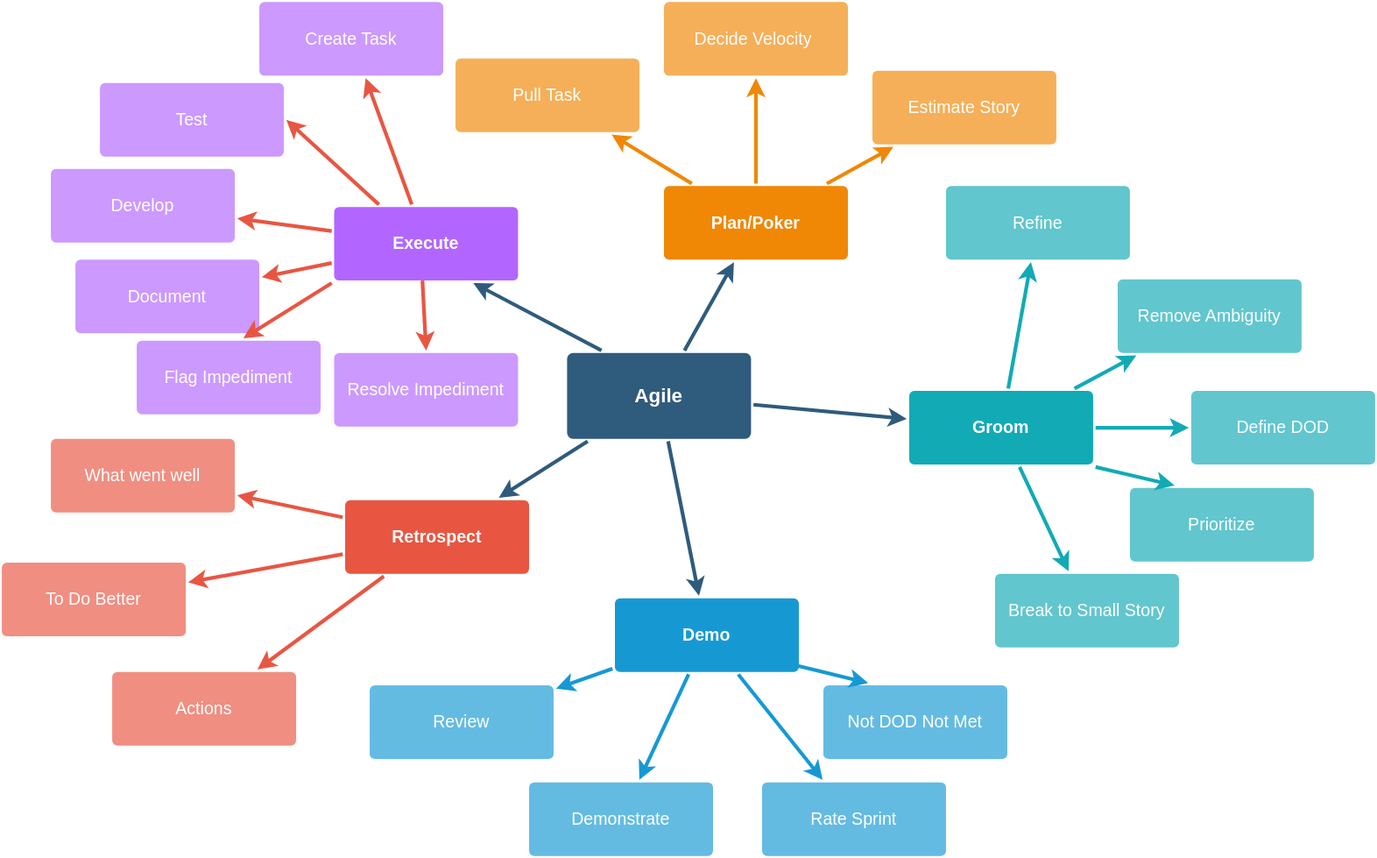
Above: lmnas-process/agile.drawio.svg in lmnaslimited/iyakkam (draw.io), before the change. Source tidied: cells renumbered, new cells last; positions are measured from the earlier drawing's top-left corner, leaving out a move shared by most shapes.
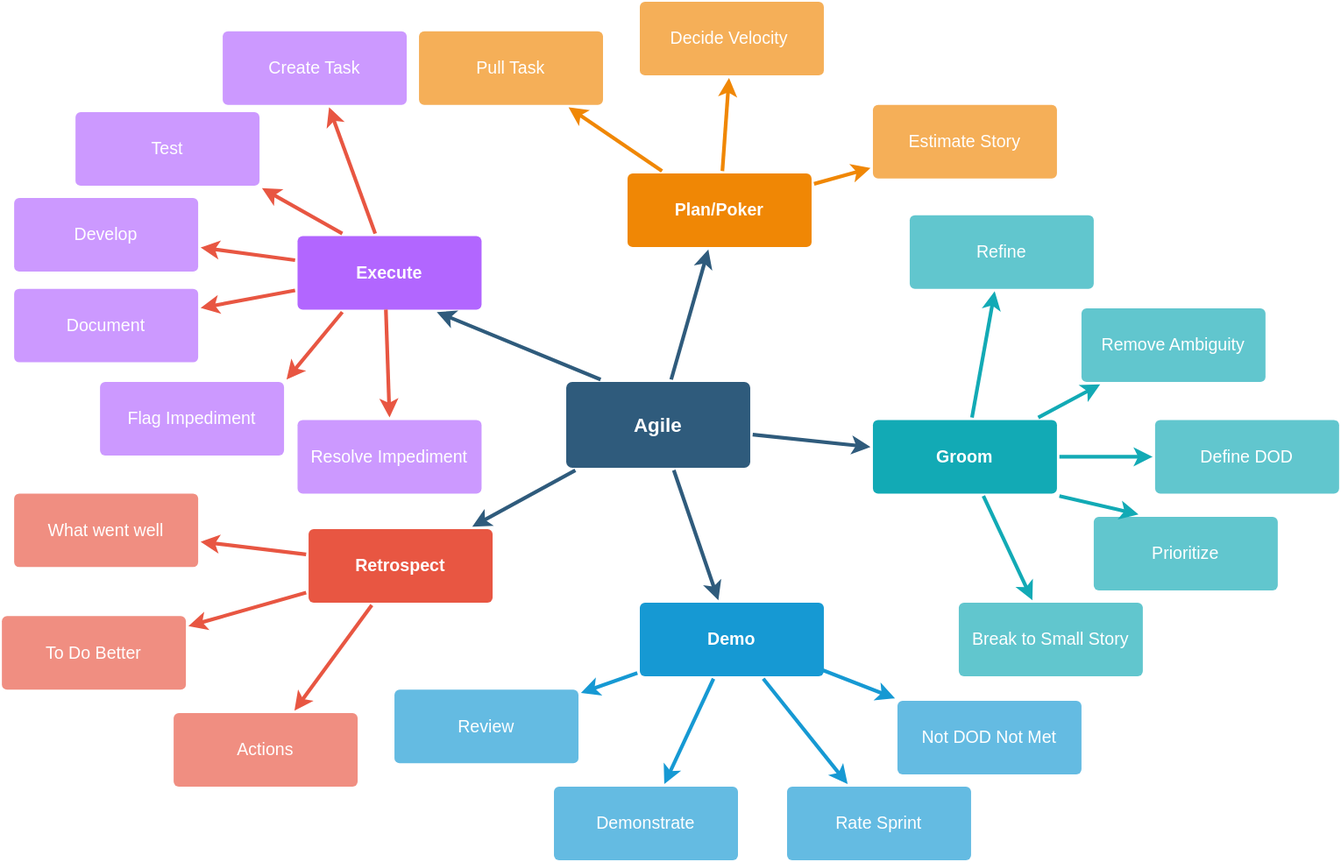
The same file after the commit.

Change to the diagram source:
```diff
@@ -15,7 +15,7 @@
       <mxGeometry relative="1" as="geometry" />
     </mxCell>
     <mxCell id="6" value="Agile" style="rounded=1;whiteSpace=wrap;html=1;shadow=0;labelBackgroundColor=none;strokeColor=none;strokeWidth=3;fillColor=#2F5B7C;fontFamily=Helvetica;fontSize=16;fontColor=#FFFFFF;align=center;fontStyle=1;spacing=5;arcSize=7;perimeterSpacing=2;" parent="1" vertex="1">
-      <mxGeometry x="461" y="286" width="150" height="70" as="geometry" />
+      <mxGeometry x="490" y="286" width="150" height="70" as="geometry" />
     </mxCell>
     <mxCell id="7" style="edgeStyle=none;rounded=1;jumpStyle=none;html=1;shadow=0;labelBackgroundColor=none;startArrow=none;startFill=0;jettySize=auto;strokeColor=#E85642;strokeWidth=3;fontFamily=Helvetica;fontSize=14;fontColor=#FFFFFF;spacing=5;fontStyle=1;fillColor=#b0e3e6;" parent="1" edge="1" source="10" target="13">
       <mxGeometry relative="1" as="geometry" />
@@ -30,13 +30,13 @@
       <mxGeometry x="280" y="406" width="150" height="60" as="geometry" />
     </mxCell>
     <mxCell id="11" value="Actions" style="rounded=1;whiteSpace=wrap;html=1;shadow=0;labelBackgroundColor=none;strokeColor=none;strokeWidth=3;fillColor=#f08e81;fontFamily=Helvetica;fontSize=14;fontColor=#FFFFFF;align=center;spacing=5;fontStyle=0;arcSize=7;perimeterSpacing=2;" parent="1" vertex="1">
-      <mxGeometry x="90" y="546" width="150" height="60" as="geometry" />
+      <mxGeometry x="170" y="556" width="150" height="60" as="geometry" />
     </mxCell>
     <mxCell id="12" value="To Do Better" style="rounded=1;whiteSpace=wrap;html=1;shadow=0;labelBackgroundColor=none;strokeColor=none;strokeWidth=3;fillColor=#f08e81;fontFamily=Helvetica;fontSize=14;fontColor=#FFFFFF;align=center;spacing=5;fontStyle=0;arcSize=7;perimeterSpacing=2;" parent="1" vertex="1">
-      <mxGeometry y="457" width="150" height="60" as="geometry" />
+      <mxGeometry x="30" y="477" width="150" height="60" as="geometry" />
     </mxCell>
     <mxCell id="13" value="What went well" style="rounded=1;whiteSpace=wrap;html=1;shadow=0;labelBackgroundColor=none;strokeColor=none;strokeWidth=3;fillColor=#f08e81;fontFamily=Helvetica;fontSize=14;fontColor=#FFFFFF;align=center;spacing=5;fontStyle=0;arcSize=7;perimeterSpacing=2;" parent="1" vertex="1">
-      <mxGeometry x="40" y="356" width="150" height="60" as="geometry" />
+      <mxGeometry x="40" y="377" width="150" height="60" as="geometry" />
     </mxCell>
     <mxCell id="14" style="edgeStyle=none;rounded=0;jumpStyle=none;html=1;shadow=0;labelBackgroundColor=none;startArrow=none;startFill=0;endArrow=classic;endFill=1;jettySize=auto;strokeColor=#1699D3;strokeWidth=3;fontFamily=Helvetica;fontSize=14;fontColor=#FFFFFF;spacing=5;" parent="1" edge="1" source="17" target="20">
       <mxGeometry relative="1" as="geometry" />
@@ -48,34 +48,34 @@
       <mxGeometry relative="1" as="geometry" />
     </mxCell>
     <mxCell id="17" value="Demo" style="rounded=1;whiteSpace=wrap;html=1;shadow=0;labelBackgroundColor=none;strokeColor=none;strokeWidth=3;fillColor=#1699d3;fontFamily=Helvetica;fontSize=14;fontColor=#FFFFFF;align=center;spacing=5;fontStyle=1;arcSize=7;perimeterSpacing=2;" parent="1" vertex="1">
-      <mxGeometry x="500" y="486" width="150" height="60" as="geometry" />
+      <mxGeometry x="550" y="466" width="150" height="60" as="geometry" />
     </mxCell>
     <mxCell id="18" value="Rate Sprint" style="rounded=1;whiteSpace=wrap;html=1;shadow=0;labelBackgroundColor=none;strokeColor=none;strokeWidth=3;fillColor=#64bbe2;fontFamily=Helvetica;fontSize=14;fontColor=#FFFFFF;align=center;spacing=5;arcSize=7;perimeterSpacing=2;" parent="1" vertex="1">
-      <mxGeometry x="620" y="636" width="150" height="60" as="geometry" />
+      <mxGeometry x="670" y="616" width="150" height="60" as="geometry" />
     </mxCell>
     <mxCell id="19" value="Demonstrate" style="rounded=1;whiteSpace=wrap;html=1;shadow=0;labelBackgroundColor=none;strokeColor=none;strokeWidth=3;fillColor=#64bbe2;fontFamily=Helvetica;fontSize=14;fontColor=#FFFFFF;align=center;spacing=5;arcSize=7;perimeterSpacing=2;" parent="1" vertex="1">
-      <mxGeometry x="430" y="636" width="150" height="60" as="geometry" />
+      <mxGeometry x="480" y="616" width="150" height="60" as="geometry" />
     </mxCell>
     <mxCell id="20" value="Review" style="rounded=1;whiteSpace=wrap;html=1;shadow=0;labelBackgroundColor=none;strokeColor=none;strokeWidth=3;fillColor=#64bbe2;fontFamily=Helvetica;fontSize=14;fontColor=#FFFFFF;align=center;spacing=5;arcSize=7;perimeterSpacing=2;" parent="1" vertex="1">
-      <mxGeometry x="300" y="557" width="150" height="60" as="geometry" />
+      <mxGeometry x="350" y="537" width="150" height="60" as="geometry" />
     </mxCell>
     <mxCell id="21" value="Plan/Poker" style="rounded=1;whiteSpace=wrap;html=1;shadow=0;labelBackgroundColor=none;strokeColor=none;strokeWidth=3;fillColor=#F08705;fontFamily=Helvetica;fontSize=14;fontColor=#FFFFFF;align=center;spacing=5;fontStyle=1;arcSize=7;perimeterSpacing=2;" parent="1" vertex="1">
-      <mxGeometry x="540" y="150" width="150" height="60" as="geometry" />
+      <mxGeometry x="540" y="116" width="150" height="60" as="geometry" />
     </mxCell>
     <mxCell id="22" value="Estimate Story" style="rounded=1;whiteSpace=wrap;html=1;shadow=0;labelBackgroundColor=none;strokeColor=none;strokeWidth=3;fillColor=#f5af58;fontFamily=Helvetica;fontSize=14;fontColor=#FFFFFF;align=center;spacing=5;arcSize=7;perimeterSpacing=2;" parent="1" vertex="1">
-      <mxGeometry x="710" y="56" width="150" height="60" as="geometry" />
+      <mxGeometry x="740" y="60" width="150" height="60" as="geometry" />
     </mxCell>
     <mxCell id="23" style="edgeStyle=none;rounded=0;jumpStyle=none;html=1;shadow=0;labelBackgroundColor=none;startArrow=none;startFill=0;endArrow=classic;endFill=1;jettySize=auto;strokeColor=#F08705;strokeWidth=3;fontFamily=Helvetica;fontSize=14;fontColor=#FFFFFF;spacing=5;" parent="1" edge="1" source="21" target="22">
       <mxGeometry relative="1" as="geometry" />
     </mxCell>
     <mxCell id="24" value="Decide Velocity&amp;nbsp;" style="rounded=1;whiteSpace=wrap;html=1;shadow=0;labelBackgroundColor=none;strokeColor=none;strokeWidth=3;fillColor=#f5af58;fontFamily=Helvetica;fontSize=14;fontColor=#FFFFFF;align=center;spacing=5;arcSize=7;perimeterSpacing=2;" parent="1" vertex="1">
-      <mxGeometry x="540" width="150" height="60" as="geometry" />
+      <mxGeometry x="550" y="-24" width="150" height="60" as="geometry" />
     </mxCell>
     <mxCell id="25" style="edgeStyle=none;rounded=0;jumpStyle=none;html=1;shadow=0;labelBackgroundColor=none;startArrow=none;startFill=0;endArrow=classic;endFill=1;jettySize=auto;strokeColor=#F08705;strokeWidth=3;fontFamily=Helvetica;fontSize=14;fontColor=#FFFFFF;spacing=5;" parent="1" edge="1" source="21" target="24">
       <mxGeometry relative="1" as="geometry" />
     </mxCell>
     <mxCell id="26" value="Pull Task" style="rounded=1;whiteSpace=wrap;html=1;shadow=0;labelBackgroundColor=none;strokeColor=none;strokeWidth=3;fillColor=#f5af58;fontFamily=Helvetica;fontSize=14;fontColor=#FFFFFF;align=center;spacing=5;arcSize=7;perimeterSpacing=2;" parent="1" vertex="1">
-      <mxGeometry x="370" y="46" width="150" height="60" as="geometry" />
+      <mxGeometry x="370" width="150" height="60" as="geometry" />
     </mxCell>
     <mxCell id="27" style="edgeStyle=none;rounded=0;jumpStyle=none;html=1;shadow=0;labelBackgroundColor=none;startArrow=none;startFill=0;endArrow=classic;endFill=1;jettySize=auto;strokeColor=#F08705;strokeWidth=3;fontFamily=Helvetica;fontSize=14;fontColor=#FFFFFF;spacing=5;" parent="1" edge="1" source="21" target="26">
       <mxGeometry relative="1" as="geometry" />
@@ -120,7 +120,7 @@
       <mxGeometry x="271" y="167" width="150" height="60" as="geometry" />
     </mxCell>
     <mxCell id="41" value="Document" style="rounded=1;whiteSpace=wrap;html=1;shadow=0;labelBackgroundColor=none;strokeColor=none;strokeWidth=3;fillColor=#CC99FF;fontFamily=Helvetica;fontSize=14;fontColor=#FFFFFF;align=center;spacing=5;fontStyle=0;arcSize=7;perimeterSpacing=2;" parent="1" vertex="1">
-      <mxGeometry x="60" y="210" width="150" height="60" as="geometry" />
+      <mxGeometry x="40" y="210" width="150" height="60" as="geometry" />
     </mxCell>
     <mxCell id="42" value="Develop" style="rounded=1;whiteSpace=wrap;html=1;shadow=0;labelBackgroundColor=none;strokeColor=none;strokeWidth=3;fillColor=#CC99FF;fontFamily=Helvetica;fontSize=14;fontColor=#FFFFFF;align=center;spacing=5;fontStyle=0;arcSize=7;perimeterSpacing=2;" parent="1" vertex="1">
       <mxGeometry x="40" y="136" width="150" height="60" as="geometry" />
@@ -135,13 +135,13 @@
       <mxGeometry x="920" y="396" width="150" height="60" as="geometry" />
     </mxCell>
     <mxCell id="46" value="Flag Impediment" style="rounded=1;whiteSpace=wrap;html=1;shadow=0;labelBackgroundColor=none;strokeColor=none;strokeWidth=3;fillColor=#CC99FF;fontFamily=Helvetica;fontSize=14;fontColor=#FFFFFF;align=center;spacing=5;fontStyle=0;arcSize=7;perimeterSpacing=2;" parent="1" vertex="1">
-      <mxGeometry x="110" y="276" width="150" height="60" as="geometry" />
+      <mxGeometry x="110" y="286" width="150" height="60" as="geometry" />
     </mxCell>
-    <mxCell id="47" style="edgeStyle=none;rounded=1;jumpStyle=none;html=1;shadow=0;labelBackgroundColor=none;startArrow=none;startFill=0;jettySize=auto;strokeColor=#E85642;strokeWidth=3;fontFamily=Helvetica;fontSize=14;fontColor=#FFFFFF;spacing=5;fontStyle=1;fillColor=#b0e3e6;entryX=0.578;entryY=0;entryDx=0;entryDy=0;entryPerimeter=0;exitX=0;exitY=1;exitDx=0;exitDy=0;" parent="1" edge="1" source="40" target="46">
+    <mxCell id="47" style="edgeStyle=none;rounded=1;jumpStyle=none;html=1;shadow=0;labelBackgroundColor=none;startArrow=none;startFill=0;jettySize=auto;strokeColor=#E85642;strokeWidth=3;fontFamily=Helvetica;fontSize=14;fontColor=#FFFFFF;spacing=5;fontStyle=1;fillColor=#b0e3e6;entryX=1;entryY=0;entryDx=0;entryDy=0;exitX=0.25;exitY=1;exitDx=0;exitDy=0;" parent="1" edge="1" source="40" target="46">
       <mxGeometry relative="1" as="geometry" />
     </mxCell>
     <mxCell id="48" value="Resolve Impediment" style="rounded=1;whiteSpace=wrap;html=1;shadow=0;labelBackgroundColor=none;strokeColor=none;strokeWidth=3;fillColor=#CC99FF;fontFamily=Helvetica;fontSize=14;fontColor=#FFFFFF;align=center;spacing=5;fontStyle=0;arcSize=7;perimeterSpacing=2;" parent="1" vertex="1">
-      <mxGeometry x="271" y="286" width="150" height="60" as="geometry" />
+      <mxGeometry x="271" y="317" width="150" height="60" as="geometry" />
     </mxCell>
     <mxCell id="49" style="edgeStyle=none;rounded=1;jumpStyle=none;html=1;shadow=0;labelBackgroundColor=none;startArrow=none;startFill=0;jettySize=auto;strokeColor=#E85642;strokeWidth=3;fontFamily=Helvetica;fontSize=14;fontColor=#FFFFFF;spacing=5;fontStyle=1;fillColor=#b0e3e6;entryX=0.5;entryY=0;entryDx=0;entryDy=0;exitX=0;exitY=1;exitDx=0;exitDy=0;" parent="1" edge="1" target="48">
       <mxGeometry relative="1" as="geometry">
@@ -152,15 +152,15 @@
       <mxGeometry relative="1" as="geometry" />
     </mxCell>
     <mxCell id="51" value="Test" style="rounded=1;whiteSpace=wrap;html=1;shadow=0;labelBackgroundColor=none;strokeColor=none;strokeWidth=3;fillColor=#CC99FF;fontFamily=Helvetica;fontSize=14;fontColor=#FFFFFF;align=center;spacing=5;fontStyle=0;arcSize=7;perimeterSpacing=2;" parent="1" vertex="1">
-      <mxGeometry x="80" y="66" width="150" height="60" as="geometry" />
+      <mxGeometry x="90" y="66" width="150" height="60" as="geometry" />
     </mxCell>
-    <mxCell id="52" style="edgeStyle=none;rounded=1;jumpStyle=none;html=1;shadow=0;labelBackgroundColor=none;startArrow=none;startFill=0;jettySize=auto;strokeColor=#E85642;strokeWidth=3;fontFamily=Helvetica;fontSize=14;fontColor=#FFFFFF;spacing=5;fontStyle=1;fillColor=#b0e3e6;entryX=1;entryY=0.5;entryDx=0;entryDy=0;exitX=0.25;exitY=0;exitDx=0;exitDy=0;" parent="1" edge="1" source="40" target="51">
+    <mxCell id="52" style="edgeStyle=none;rounded=1;jumpStyle=none;html=1;shadow=0;labelBackgroundColor=none;startArrow=none;startFill=0;jettySize=auto;strokeColor=#E85642;strokeWidth=3;fontFamily=Helvetica;fontSize=14;fontColor=#FFFFFF;spacing=5;fontStyle=1;fillColor=#b0e3e6;entryX=1;entryY=1;entryDx=0;entryDy=0;exitX=0.25;exitY=0;exitDx=0;exitDy=0;" parent="1" edge="1" source="40" target="51">
       <mxGeometry relative="1" as="geometry" />
     </mxCell>
     <mxCell id="53" value="Not DOD Not Met" style="rounded=1;whiteSpace=wrap;html=1;shadow=0;labelBackgroundColor=none;strokeColor=none;strokeWidth=3;fillColor=#64bbe2;fontFamily=Helvetica;fontSize=14;fontColor=#FFFFFF;align=center;spacing=5;arcSize=7;perimeterSpacing=2;" parent="1" vertex="1">
-      <mxGeometry x="670" y="557" width="150" height="60" as="geometry" />
+      <mxGeometry x="760" y="546" width="150" height="60" as="geometry" />
     </mxCell>
-    <mxCell id="54" style="edgeStyle=none;rounded=0;jumpStyle=none;html=1;shadow=0;labelBackgroundColor=none;startArrow=none;startFill=0;endArrow=classic;endFill=1;jettySize=auto;strokeColor=#1699D3;strokeWidth=3;fontFamily=Helvetica;fontSize=14;fontColor=#FFFFFF;spacing=5;exitX=0.981;exitY=0.891;exitDx=0;exitDy=0;exitPerimeter=0;entryX=0.25;entryY=0;entryDx=0;entryDy=0;" parent="1" edge="1" source="17" target="53">
+    <mxCell id="54" style="edgeStyle=none;rounded=0;jumpStyle=none;html=1;shadow=0;labelBackgroundColor=none;startArrow=none;startFill=0;endArrow=classic;endFill=1;jettySize=auto;strokeColor=#1699D3;strokeWidth=3;fontFamily=Helvetica;fontSize=14;fontColor=#FFFFFF;spacing=5;exitX=0.981;exitY=0.891;exitDx=0;exitDy=0;exitPerimeter=0;entryX=0;entryY=0;entryDx=0;entryDy=0;" parent="1" edge="1" source="17" target="53">
       <mxGeometry relative="1" as="geometry" />
     </mxCell>
   </root>
```
